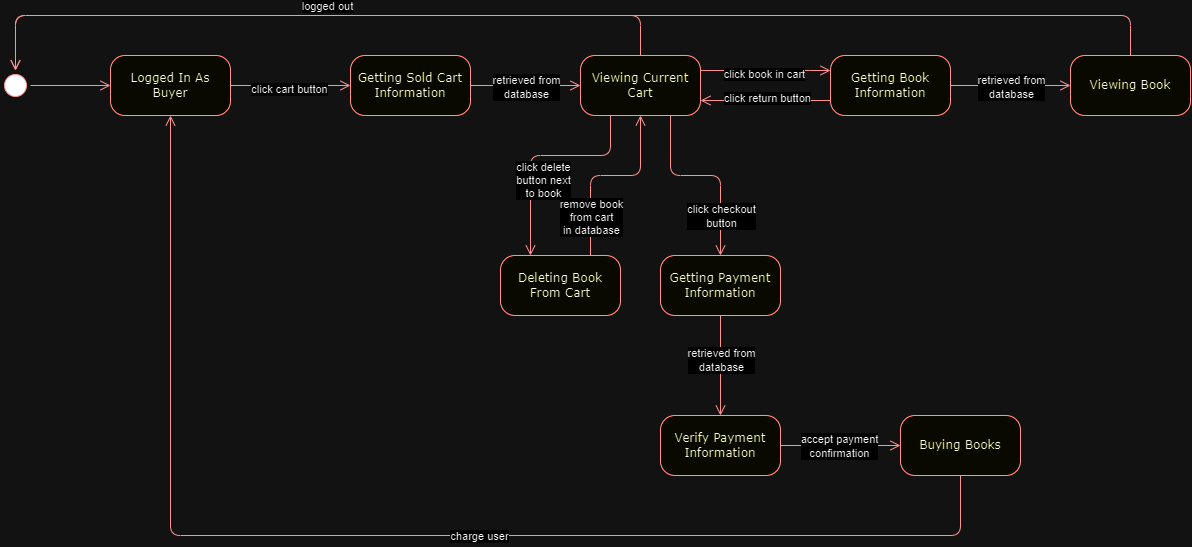
Earlier version of the draw.io export Diagrams/BuyerViewCart.png (DeeB313/Intro-To-SE-Group7). Source tidied: cells renumbered, new cells last; positions are measured from the earlier drawing's top-left corner, leaving out a move shared by most shapes.
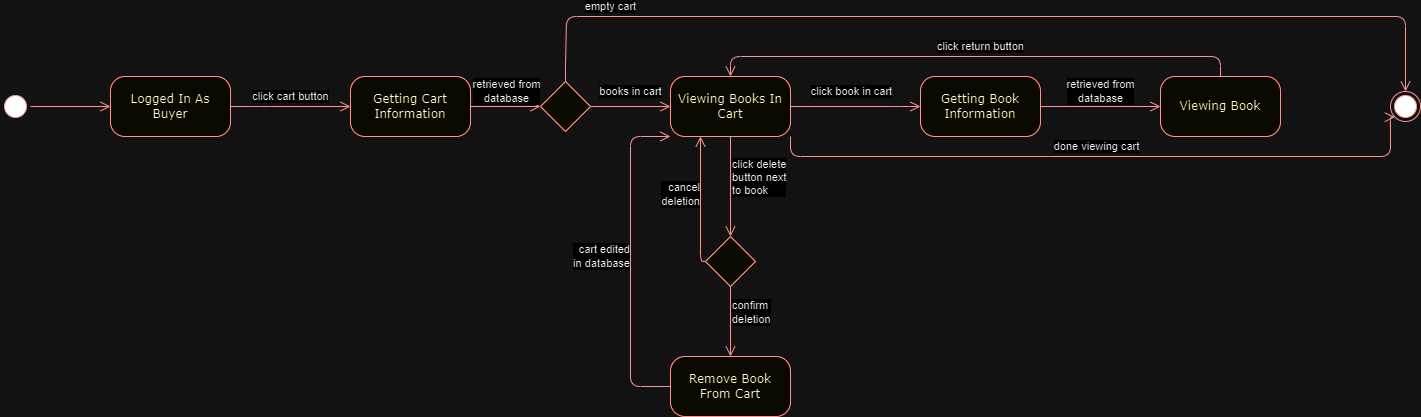
Above is the later version.

Change to the diagram source:
```diff
@@ -8,8 +8,8 @@
     <mxCell id="3" value="Logged In As Buyer" style="rounded=1;whiteSpace=wrap;html=1;arcSize=24;fillColor=#ffffc0;strokeColor=#ff0000;shadow=0;comic=0;labelBackgroundColor=none;fontFamily=Verdana;fontSize=12;fontColor=#000000;align=center;" parent="1" vertex="1">
       <mxGeometry x="110" y="40" width="120" height="60" as="geometry" />
     </mxCell>
-    <mxCell id="4" value="Viewing Current Cart" style="rounded=1;whiteSpace=wrap;html=1;arcSize=24;fillColor=#ffffc0;strokeColor=#ff0000;shadow=0;comic=0;labelBackgroundColor=none;fontFamily=Verdana;fontSize=12;fontColor=#000000;align=center;" parent="1" vertex="1">
-      <mxGeometry x="580" y="40" width="120" height="60" as="geometry" />
+    <mxCell id="4" value="Viewing Books In&lt;br&gt;Cart" style="rounded=1;whiteSpace=wrap;html=1;arcSize=24;fillColor=#ffffc0;strokeColor=#ff0000;shadow=0;comic=0;labelBackgroundColor=none;fontFamily=Verdana;fontSize=12;fontColor=#000000;align=center;" parent="1" vertex="1">
+      <mxGeometry x="670" y="40" width="120" height="60" as="geometry" />
     </mxCell>
     <mxCell id="5" style="edgeStyle=orthogonalEdgeStyle;html=1;labelBackgroundColor=none;endArrow=open;endSize=8;strokeColor=#ff0000;fontFamily=Verdana;fontSize=12;align=left;" parent="1" edge="1" source="2" target="3">
       <mxGeometry relative="1" as="geometry" />
@@ -22,155 +22,154 @@
       </mxGeometry>
     </mxCell>
     <mxCell id="7" value="click cart button" style="edgeLabel;html=1;align=center;verticalAlign=middle;" parent="6" vertex="1">
-      <mxGeometry x="-0.02" y="-3" relative="1" as="geometry" />
+      <mxGeometry x="-0.02" y="-3" relative="1" as="geometry">
+        <mxPoint y="-13" as="offset" />
+      </mxGeometry>
     </mxCell>
     <mxCell id="8" value="Viewing Book" style="rounded=1;whiteSpace=wrap;html=1;arcSize=24;fillColor=#ffffc0;strokeColor=#ff0000;shadow=0;comic=0;labelBackgroundColor=none;fontFamily=Verdana;fontSize=12;fontColor=#000000;align=center;" parent="1" vertex="1">
-      <mxGeometry x="1070" y="40" width="120" height="60" as="geometry" />
+      <mxGeometry x="1160" y="40" width="120" height="60" as="geometry" />
     </mxCell>
-    <mxCell id="9" style="edgeStyle=orthogonalEdgeStyle;html=1;labelBackgroundColor=none;endArrow=open;endSize=8;strokeColor=#ff0000;fontFamily=Verdana;fontSize=12;align=left;entryX=0;entryY=0.25;exitX=1;exitY=0.25;exitDx=0;exitDy=0;entryDx=0;entryDy=0;" parent="1" edge="1" source="4" target="34">
+    <mxCell id="9" style="edgeStyle=orthogonalEdgeStyle;html=1;labelBackgroundColor=none;endArrow=open;endSize=8;strokeColor=#ff0000;fontFamily=Verdana;fontSize=12;align=left;entryX=0;entryY=0.5;exitX=1;exitY=0.5;exitDx=0;exitDy=0;entryDx=0;entryDy=0;" parent="1" edge="1" source="4" target="34">
       <mxGeometry relative="1" as="geometry">
         <Array as="points">
-          <mxPoint x="800" y="55" />
+          <mxPoint x="900" y="70" />
+          <mxPoint x="900" y="70" />
         </Array>
       </mxGeometry>
     </mxCell>
     <mxCell id="10" value="click book in cart" style="edgeLabel;html=1;align=center;verticalAlign=middle;" parent="9" vertex="1">
-      <mxGeometry x="-0.02" y="-3" relative="1" as="geometry" />
+      <mxGeometry x="-0.02" y="-3" relative="1" as="geometry">
+        <mxPoint x="-3" y="-18" as="offset" />
+      </mxGeometry>
     </mxCell>
-    <mxCell id="11" style="edgeStyle=orthogonalEdgeStyle;html=1;labelBackgroundColor=none;endArrow=open;endSize=8;strokeColor=#ff0000;fontFamily=Verdana;fontSize=12;align=left;entryX=1;entryY=0.75;exitX=0;exitY=0.75;exitDx=0;exitDy=0;entryDx=0;entryDy=0;" parent="1" edge="1" source="34" target="4">
+    <mxCell id="11" style="edgeStyle=orthogonalEdgeStyle;html=1;labelBackgroundColor=none;endArrow=open;endSize=8;strokeColor=#ff0000;fontFamily=Verdana;fontSize=12;align=left;entryX=0.5;entryY=0;exitX=0.5;exitY=0;exitDx=0;exitDy=0;entryDx=0;entryDy=0;" parent="1" edge="1" source="8" target="4">
       <mxGeometry relative="1" as="geometry">
         <Array as="points">
-          <mxPoint x="800" y="85" />
+          <mxPoint x="1220" y="20" />
+          <mxPoint x="730" y="20" />
         </Array>
       </mxGeometry>
     </mxCell>
     <mxCell id="12" value="click return button" style="edgeLabel;html=1;align=center;verticalAlign=middle;" parent="11" vertex="1">
-      <mxGeometry x="-0.02" y="-3" relative="1" as="geometry" />
+      <mxGeometry x="-0.02" y="-3" relative="1" as="geometry">
+        <mxPoint y="-7" as="offset" />
+      </mxGeometry>
     </mxCell>
-    <mxCell id="13" value="Deleting Book From Cart" style="rounded=1;whiteSpace=wrap;html=1;arcSize=24;fillColor=#ffffc0;strokeColor=#ff0000;shadow=0;comic=0;labelBackgroundColor=none;fontFamily=Verdana;fontSize=12;fontColor=#000000;align=center;" parent="1" vertex="1">
-      <mxGeometry x="500" y="240" width="120" height="60" as="geometry" />
+    <mxCell id="13" value="Remove Book&lt;br&gt;From Cart" style="rounded=1;whiteSpace=wrap;html=1;arcSize=24;fillColor=#ffffc0;strokeColor=#ff0000;shadow=0;comic=0;labelBackgroundColor=none;fontFamily=Verdana;fontSize=12;fontColor=#000000;align=center;" parent="1" vertex="1">
+      <mxGeometry x="670" y="320" width="120" height="60" as="geometry" />
     </mxCell>
-    <mxCell id="14" style="edgeStyle=orthogonalEdgeStyle;html=1;labelBackgroundColor=none;endArrow=open;endSize=8;strokeColor=#ff0000;fontFamily=Verdana;fontSize=12;align=left;entryX=0.25;entryY=0;exitX=0.25;exitY=1;exitDx=0;exitDy=0;entryDx=0;entryDy=0;" parent="1" edge="1" source="4" target="13">
+    <mxCell id="14" style="edgeStyle=orthogonalEdgeStyle;html=1;labelBackgroundColor=none;endArrow=open;endSize=8;strokeColor=#ff0000;fontFamily=Verdana;fontSize=12;align=left;entryX=0.5;entryY=0;entryDx=0;entryDy=0;exitX=0.5;exitY=1;exitDx=0;exitDy=0;" parent="1" edge="1" source="4" target="38">
       <mxGeometry relative="1" as="geometry">
         <Array as="points">
-          <mxPoint x="610" y="140" />
-          <mxPoint x="530" y="140" />
+          <mxPoint x="730" y="200" />
         </Array>
       </mxGeometry>
     </mxCell>
-    <mxCell id="15" value="click delete&lt;br&gt;button next&lt;br&gt;to book" style="edgeLabel;html=1;align=center;verticalAlign=middle;" parent="14" vertex="1">
+    <mxCell id="15" value="click delete&lt;br&gt;button next&lt;br&gt;to book" style="edgeLabel;html=1;align=left;verticalAlign=middle;" parent="14" vertex="1">
       <mxGeometry x="-0.02" y="-3" relative="1" as="geometry">
-        <mxPoint y="27" as="offset" />
+        <mxPoint x="3" y="-9" as="offset" />
       </mxGeometry>
     </mxCell>
-    <mxCell id="16" style="edgeStyle=orthogonalEdgeStyle;html=1;labelBackgroundColor=none;endArrow=open;endSize=8;strokeColor=#ff0000;fontFamily=Verdana;fontSize=12;align=left;entryX=0.5;entryY=1;exitX=0.75;exitY=0;exitDx=0;exitDy=0;entryDx=0;entryDy=0;" parent="1" edge="1" source="13" target="4">
-      <mxGeometry relative="1" as="geometry">
-        <Array as="points">
-          <mxPoint x="590" y="160" />
-          <mxPoint x="640" y="160" />
-        </Array>
-      </mxGeometry>
-    </mxCell>
-    <mxCell id="17" value="remove book&lt;br&gt;from cart&lt;br&gt;in database" style="edgeLabel;html=1;align=center;verticalAlign=middle;" parent="16" vertex="1">
-      <mxGeometry x="-0.02" y="-3" relative="1" as="geometry">
-        <mxPoint x="-13" y="38" as="offset" />
-      </mxGeometry>
-    </mxCell>
-    <mxCell id="18" style="edgeStyle=orthogonalEdgeStyle;html=1;labelBackgroundColor=none;endArrow=open;endSize=8;strokeColor=#ff0000;fontFamily=Verdana;fontSize=12;align=left;entryX=0;entryY=0.5;exitX=0.5;exitY=0;exitDx=0;exitDy=0;entryDx=0;entryDy=0;" parent="1" edge="1" source="4" target="2">
-      <mxGeometry relative="1" as="geometry">
-        <Array as="points">
-          <mxPoint x="640" />
-          <mxPoint x="15" />
-        </Array>
-      </mxGeometry>
-    </mxCell>
-    <mxCell id="19" value="logged out" style="edgeLabel;html=1;align=center;verticalAlign=middle;" parent="18" vertex="1">
-      <mxGeometry x="-0.02" y="-3" relative="1" as="geometry">
-        <mxPoint y="-7" as="offset" />
-      </mxGeometry>
-    </mxCell>
-    <mxCell id="20" style="edgeStyle=orthogonalEdgeStyle;html=1;labelBackgroundColor=none;endArrow=open;endSize=8;strokeColor=#ff0000;fontFamily=Verdana;fontSize=12;align=left;entryX=0;entryY=0.5;exitX=0.5;exitY=0;exitDx=0;exitDy=0;entryDx=0;entryDy=0;" parent="1" edge="1" source="8" target="2">
-      <mxGeometry relative="1" as="geometry">
-        <Array as="points">
-          <mxPoint x="1130" />
-          <mxPoint x="15" />
-        </Array>
-      </mxGeometry>
-    </mxCell>
-    <mxCell id="21" value="Verify Payment Information" style="rounded=1;whiteSpace=wrap;html=1;arcSize=24;fillColor=#ffffc0;strokeColor=#ff0000;shadow=0;comic=0;labelBackgroundColor=none;fontFamily=Verdana;fontSize=12;fontColor=#000000;align=center;" parent="1" vertex="1">
-      <mxGeometry x="660" y="400" width="120" height="60" as="geometry" />
-    </mxCell>
-    <mxCell id="22" style="edgeStyle=orthogonalEdgeStyle;html=1;labelBackgroundColor=none;endArrow=open;endSize=8;strokeColor=#ff0000;fontFamily=Verdana;fontSize=12;align=left;entryX=0.5;entryY=0;exitX=0.75;exitY=1;exitDx=0;exitDy=0;entryDx=0;entryDy=0;" parent="1" edge="1" source="4" target="37">
-      <mxGeometry relative="1" as="geometry">
-        <Array as="points">
-          <mxPoint x="670" y="160" />
-          <mxPoint x="720" y="160" />
-          <mxPoint x="720" y="240" />
-        </Array>
-      </mxGeometry>
-    </mxCell>
-    <mxCell id="23" value="click checkout&lt;br&gt;button" style="edgeLabel;html=1;align=center;verticalAlign=middle;" parent="22" vertex="1">
-      <mxGeometry x="-0.02" y="-3" relative="1" as="geometry">
-        <mxPoint x="17" y="37" as="offset" />
-      </mxGeometry>
-    </mxCell>
-    <mxCell id="24" style="edgeStyle=orthogonalEdgeStyle;html=1;labelBackgroundColor=none;endArrow=open;endSize=8;strokeColor=#ff0000;fontFamily=Verdana;fontSize=12;align=left;exitX=1;exitY=0.5;exitDx=0;exitDy=0;entryX=0;entryY=0.5;entryDx=0;entryDy=0;" parent="1" edge="1" source="21" target="26">
-      <mxGeometry relative="1" as="geometry" />
-    </mxCell>
-    <mxCell id="25" value="accept payment&lt;br&gt;confirmation" style="edgeLabel;html=1;align=center;verticalAlign=middle;" parent="24" vertex="1">
-      <mxGeometry x="-0.02" y="-3" relative="1" as="geometry">
-        <mxPoint y="-3" as="offset" />
-      </mxGeometry>
-    </mxCell>
-    <mxCell id="26" value="Buying Books" style="rounded=1;whiteSpace=wrap;html=1;arcSize=24;fillColor=#ffffc0;strokeColor=#ff0000;shadow=0;comic=0;labelBackgroundColor=none;fontFamily=Verdana;fontSize=12;fontColor=#000000;align=center;" parent="1" vertex="1">
-      <mxGeometry x="900" y="400" width="120" height="60" as="geometry" />
-    </mxCell>
-    <mxCell id="27" style="edgeStyle=orthogonalEdgeStyle;html=1;labelBackgroundColor=none;endArrow=open;endSize=8;strokeColor=#ff0000;fontFamily=Verdana;fontSize=12;align=left;entryX=0.5;entryY=1;exitX=0.5;exitY=1;exitDx=0;exitDy=0;entryDx=0;entryDy=0;" parent="1" edge="1" source="26" target="3">
-      <mxGeometry relative="1" as="geometry">
-        <Array as="points">
-          <mxPoint x="960" y="520" />
-          <mxPoint x="170" y="520" />
-        </Array>
-      </mxGeometry>
-    </mxCell>
-    <mxCell id="28" value="charge user" style="edgeLabel;html=1;align=center;verticalAlign=middle;" parent="27" vertex="1">
-      <mxGeometry x="-0.02" y="-3" relative="1" as="geometry">
-        <mxPoint x="81" y="3" as="offset" />
-      </mxGeometry>
-    </mxCell>
-    <mxCell id="29" style="edgeStyle=orthogonalEdgeStyle;html=1;labelBackgroundColor=none;endArrow=open;endSize=8;strokeColor=#ff0000;fontFamily=Verdana;fontSize=12;align=left;exitX=1;exitY=0.5;exitDx=0;exitDy=0;entryX=0;entryY=0.5;entryDx=0;entryDy=0;" parent="1" edge="1" source="31" target="4">
+    <mxCell id="29" style="edgeStyle=orthogonalEdgeStyle;html=1;labelBackgroundColor=none;endArrow=open;endSize=8;strokeColor=#ff0000;fontFamily=Verdana;fontSize=12;align=left;exitX=1;exitY=0.5;exitDx=0;exitDy=0;entryX=0;entryY=0.5;entryDx=0;entryDy=0;" parent="1" edge="1" source="31" target="43">
       <mxGeometry relative="1" as="geometry" />
     </mxCell>
     <mxCell id="30" value="retrieved from&lt;br&gt;database" style="edgeLabel;html=1;align=center;verticalAlign=middle;" parent="29" vertex="1">
-      <mxGeometry y="-1" relative="1" as="geometry" />
+      <mxGeometry y="-1" relative="1" as="geometry">
+        <mxPoint y="-16" as="offset" />
+      </mxGeometry>
     </mxCell>
-    <mxCell id="31" value="Getting Sold Cart Information" style="rounded=1;whiteSpace=wrap;html=1;arcSize=24;fillColor=#ffffc0;strokeColor=#ff0000;shadow=0;comic=0;labelBackgroundColor=none;fontFamily=Verdana;fontSize=12;fontColor=#000000;align=center;" parent="1" vertex="1">
+    <mxCell id="31" value="Getting Cart Information" style="rounded=1;whiteSpace=wrap;html=1;arcSize=24;fillColor=#ffffc0;strokeColor=#ff0000;shadow=0;comic=0;labelBackgroundColor=none;fontFamily=Verdana;fontSize=12;fontColor=#000000;align=center;" parent="1" vertex="1">
       <mxGeometry x="350" y="40" width="120" height="60" as="geometry" />
     </mxCell>
     <mxCell id="32" style="edgeStyle=orthogonalEdgeStyle;html=1;labelBackgroundColor=none;endArrow=open;endSize=8;strokeColor=#ff0000;fontFamily=Verdana;fontSize=12;align=left;exitX=1;exitY=0.5;exitDx=0;exitDy=0;entryX=0;entryY=0.5;entryDx=0;entryDy=0;" parent="1" edge="1" source="34" target="8">
       <mxGeometry relative="1" as="geometry" />
     </mxCell>
     <mxCell id="33" value="retrieved from&lt;br&gt;database" style="edgeLabel;html=1;align=center;verticalAlign=middle;" parent="32" vertex="1">
-      <mxGeometry y="-1" relative="1" as="geometry" />
+      <mxGeometry y="-1" relative="1" as="geometry">
+        <mxPoint y="-16" as="offset" />
+      </mxGeometry>
     </mxCell>
     <mxCell id="34" value="Getting Book Information" style="rounded=1;whiteSpace=wrap;html=1;arcSize=24;fillColor=#ffffc0;strokeColor=#ff0000;shadow=0;comic=0;labelBackgroundColor=none;fontFamily=Verdana;fontSize=12;fontColor=#000000;align=center;" parent="1" vertex="1">
-      <mxGeometry x="830" y="40" width="120" height="60" as="geometry" />
+      <mxGeometry x="920" y="40" width="120" height="60" as="geometry" />
     </mxCell>
-    <mxCell id="35" style="edgeStyle=orthogonalEdgeStyle;html=1;labelBackgroundColor=none;endArrow=open;endSize=8;strokeColor=#ff0000;fontFamily=Verdana;fontSize=12;align=left;exitX=0.5;exitY=1;exitDx=0;exitDy=0;entryX=0.5;entryY=0;entryDx=0;entryDy=0;" parent="1" edge="1" source="37" target="21">
-      <mxGeometry relative="1" as="geometry">
-        <Array as="points">
-          <mxPoint x="720" y="280" />
-          <mxPoint x="720" y="280" />
-        </Array>
-      </mxGeometry>
-    </mxCell>
-    <mxCell id="36" value="retrieved from&lt;br&gt;database" style="edgeLabel;html=1;align=center;verticalAlign=middle;" parent="35" vertex="1">
-      <mxGeometry y="-1" relative="1" as="geometry">
-        <mxPoint x="1" y="14" as="offset" />
-      </mxGeometry>
-    </mxCell>
-    <mxCell id="37" value="Getting Payment Information" style="rounded=1;whiteSpace=wrap;html=1;arcSize=24;fillColor=#ffffc0;strokeColor=#ff0000;shadow=0;comic=0;labelBackgroundColor=none;fontFamily=Verdana;fontSize=12;fontColor=#000000;align=center;" parent="1" vertex="1">
-      <mxGeometry x="660" y="240" width="120" height="60" as="geometry" />
-    </mxCell>
+    <mxCell id="38" style="rhombus;whiteSpace=wrap;html=1;fontColor=#000000;fillColor=#ffffc0;strokeColor=#ff0000;" parent="1" vertex="1">
+      <mxGeometry x="705" y="200" width="50" height="50" as="geometry" />
+    </mxCell>
+    <mxCell id="39" style="edgeStyle=orthogonalEdgeStyle;html=1;labelBackgroundColor=none;endArrow=open;endSize=8;strokeColor=#ff0000;fontFamily=Verdana;fontSize=12;align=left;entryX=0.5;entryY=0;entryDx=0;entryDy=0;exitX=0.5;exitY=1;exitDx=0;exitDy=0;" parent="1" edge="1" source="38" target="13">
+      <mxGeometry relative="1" as="geometry" />
+    </mxCell>
+    <mxCell id="40" value="confirm&lt;br&gt;deletion" style="edgeLabel;html=1;align=left;verticalAlign=middle;" parent="39" vertex="1">
+      <mxGeometry x="-0.02" y="-3" relative="1" as="geometry">
+        <mxPoint x="3" y="-9" as="offset" />
+      </mxGeometry>
+    </mxCell>
+    <mxCell id="41" style="edgeStyle=orthogonalEdgeStyle;html=1;labelBackgroundColor=none;endArrow=open;endSize=8;strokeColor=#ff0000;fontFamily=Verdana;fontSize=12;align=left;entryX=0.25;entryY=1;entryDx=0;entryDy=0;exitX=0;exitY=0.5;exitDx=0;exitDy=0;" parent="1" edge="1" source="38" target="4">
+      <mxGeometry relative="1" as="geometry">
+        <Array as="points">
+          <mxPoint x="700" y="225" />
+        </Array>
+      </mxGeometry>
+    </mxCell>
+    <mxCell id="42" value="cancel&lt;br&gt;deletion" style="edgeLabel;html=1;align=right;verticalAlign=middle;" parent="41" vertex="1">
+      <mxGeometry x="-0.02" y="-3" relative="1" as="geometry">
+        <mxPoint x="-3" y="-9" as="offset" />
+      </mxGeometry>
+    </mxCell>
+    <mxCell id="43" style="rhombus;whiteSpace=wrap;html=1;fontColor=#000000;fillColor=#ffffc0;strokeColor=#ff0000;" parent="1" vertex="1">
+      <mxGeometry x="540" y="45" width="50" height="50" as="geometry" />
+    </mxCell>
+    <mxCell id="44" style="edgeStyle=orthogonalEdgeStyle;html=1;labelBackgroundColor=none;endArrow=open;endSize=8;strokeColor=#ff0000;fontFamily=Verdana;fontSize=12;align=left;exitX=1;exitY=0.5;exitDx=0;exitDy=0;entryX=0;entryY=0.5;entryDx=0;entryDy=0;" parent="1" edge="1" source="43" target="4">
+      <mxGeometry relative="1" as="geometry" />
+    </mxCell>
+    <mxCell id="45" value="books in cart" style="edgeLabel;html=1;align=center;verticalAlign=middle;" parent="44" vertex="1">
+      <mxGeometry y="-1" relative="1" as="geometry">
+        <mxPoint y="-16" as="offset" />
+      </mxGeometry>
+    </mxCell>
+    <mxCell id="46" style="edgeStyle=orthogonalEdgeStyle;html=1;labelBackgroundColor=none;endArrow=open;endSize=8;strokeColor=#ff0000;fontFamily=Verdana;fontSize=12;align=left;exitX=0.5;exitY=0;exitDx=0;exitDy=0;entryX=0.5;entryY=0;entryDx=0;entryDy=0;" parent="1" edge="1" source="43" target="48">
+      <mxGeometry relative="1" as="geometry">
+        <Array as="points">
+          <mxPoint x="565" y="30" />
+          <mxPoint x="566" y="30" />
+          <mxPoint x="566" y="-20" />
+          <mxPoint x="1405" y="-20" />
+        </Array>
+      </mxGeometry>
+    </mxCell>
+    <mxCell id="47" value="empty cart" style="edgeLabel;html=1;align=center;verticalAlign=middle;" parent="46" vertex="1">
+      <mxGeometry y="-1" relative="1" as="geometry">
+        <mxPoint x="-382" y="-11" as="offset" />
+      </mxGeometry>
+    </mxCell>
+    <mxCell id="48" style="ellipse;html=1;shape=endState;fillColor=#000000;strokeColor=#ff0000;" parent="1" vertex="1">
+      <mxGeometry x="1390" y="55" width="30" height="30" as="geometry" />
+    </mxCell>
+    <mxCell id="49" style="edgeStyle=orthogonalEdgeStyle;html=1;labelBackgroundColor=none;endArrow=open;endSize=8;strokeColor=#ff0000;fontFamily=Verdana;fontSize=12;align=left;entryX=0;entryY=1;exitX=1;exitY=1;exitDx=0;exitDy=0;entryDx=0;entryDy=0;" parent="1" edge="1" source="4" target="48">
+      <mxGeometry relative="1" as="geometry">
+        <Array as="points">
+          <mxPoint x="790" y="120" />
+          <mxPoint x="1390" y="120" />
+          <mxPoint x="1390" y="81" />
+        </Array>
+      </mxGeometry>
+    </mxCell>
+    <mxCell id="50" value="done viewing cart" style="edgeLabel;html=1;align=center;verticalAlign=middle;" parent="49" vertex="1">
+      <mxGeometry x="-0.02" y="-3" relative="1" as="geometry">
+        <mxPoint y="-13" as="offset" />
+      </mxGeometry>
+    </mxCell>
+    <mxCell id="16" style="edgeStyle=orthogonalEdgeStyle;html=1;labelBackgroundColor=none;endArrow=open;endSize=8;strokeColor=#ff0000;fontFamily=Verdana;fontSize=12;align=left;entryX=0;entryY=1;entryDx=0;entryDy=0;exitX=0;exitY=0.5;exitDx=0;exitDy=0;" parent="1" edge="1" source="13" target="4">
+      <mxGeometry relative="1" as="geometry">
+        <Array as="points">
+          <mxPoint x="630" y="350" />
+          <mxPoint x="630" y="100" />
+        </Array>
+      </mxGeometry>
+    </mxCell>
+    <mxCell id="51" value="cart edited&lt;br&gt;in database" style="edgeLabel;html=1;align=right;verticalAlign=middle;" parent="16" vertex="1">
+      <mxGeometry x="-0.02" y="-3" relative="1" as="geometry">
+        <mxPoint x="-3" y="-9" as="offset" />
+      </mxGeometry>
+    </mxCell>
   </root>
 </mxGraphModel>
```
